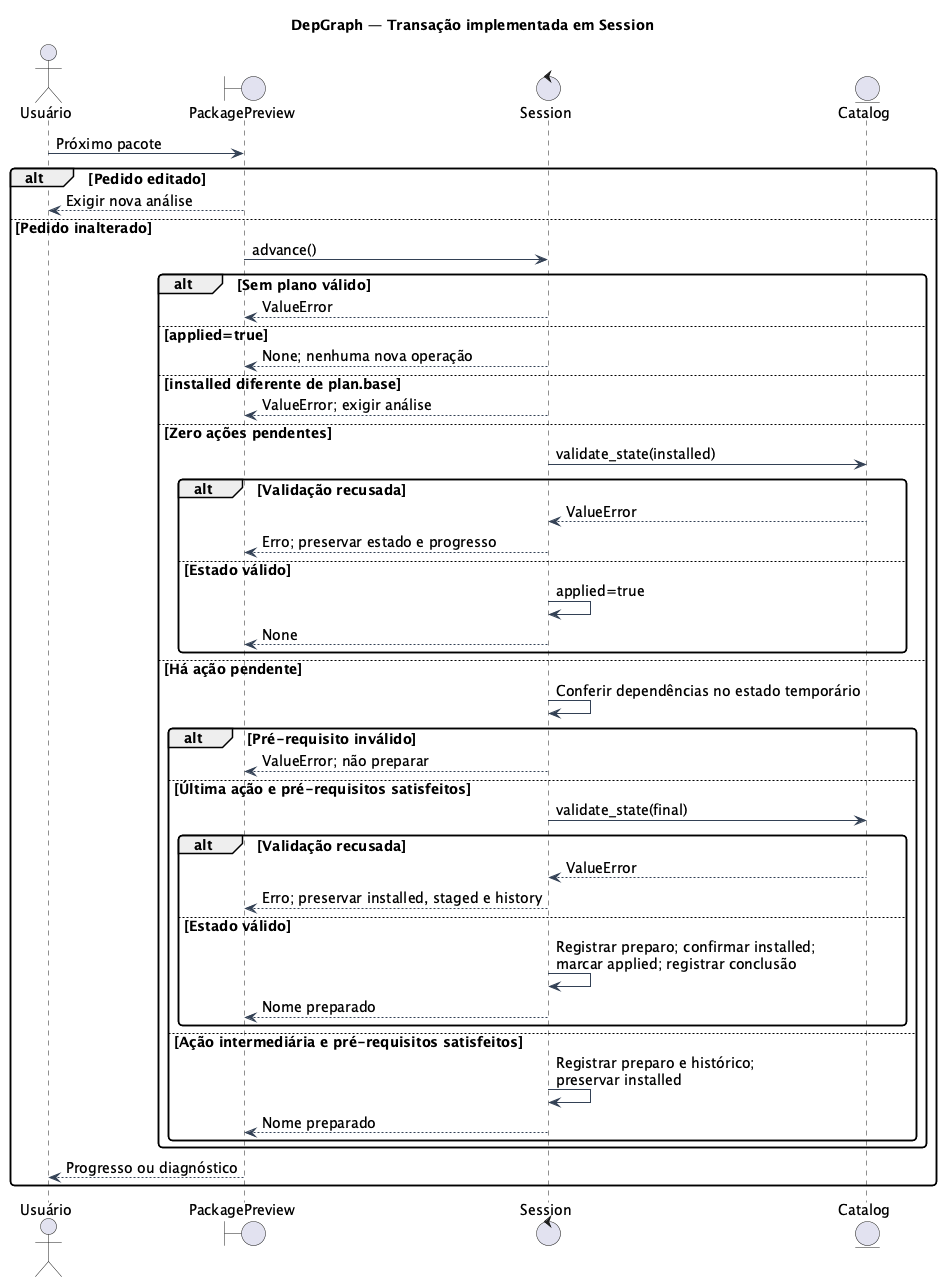
Earlier version of the PlantUML export docs/modelagem/imagens/06-sequencia-transacao.png (caiokfuri/gestaoDependencias).
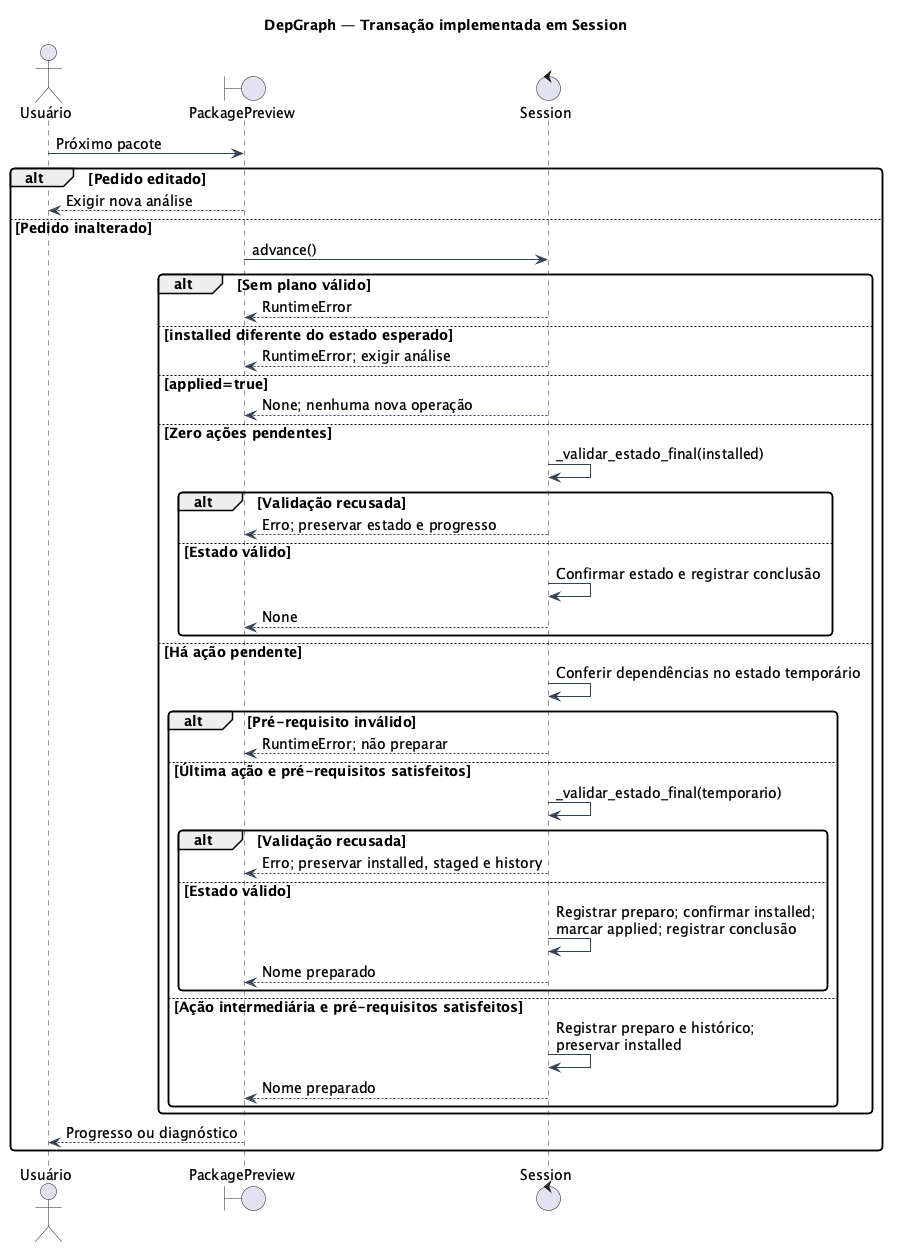
The same file after the commit.

Diff of the diagram source:
```diff
@@ -4,35 +4,32 @@
 actor Usuário as U
 boundary PackagePreview as I
 control Session as S
-entity Catalog as C
 U -> I : Próximo pacote
 alt Pedido editado
  I --> U : Exigir nova análise
 else Pedido inalterado
  I -> S : advance()
  alt Sem plano válido
-  S --> I : ValueError
+  S --> I : RuntimeError
+ else installed diferente do estado esperado
+  S --> I : RuntimeError; exigir análise
  else applied=true
   S --> I : None; nenhuma nova operação
- else installed diferente de plan.base
-  S --> I : ValueError; exigir análise
  else Zero ações pendentes
-  S -> C : validate_state(installed)
+  S -> S : _validar_estado_final(installed)
   alt Validação recusada
-   C --> S : ValueError
    S --> I : Erro; preservar estado e progresso
   else Estado válido
-   S -> S : applied=true
+   S -> S : Confirmar estado e registrar conclusão
    S --> I : None
   end
  else Há ação pendente
   S -> S : Conferir dependências no estado temporário
   alt Pré-requisito inválido
-   S --> I : ValueError; não preparar
+   S --> I : RuntimeError; não preparar
   else Última ação e pré-requisitos satisfeitos
-   S -> C : validate_state(final)
+   S -> S : _validar_estado_final(temporario)
    alt Validação recusada
-    C --> S : ValueError
     S --> I : Erro; preservar installed, staged e history
    else Estado válido
     S -> S : Registrar preparo; confirmar installed;\nmarcar applied; registrar conclusão
```
